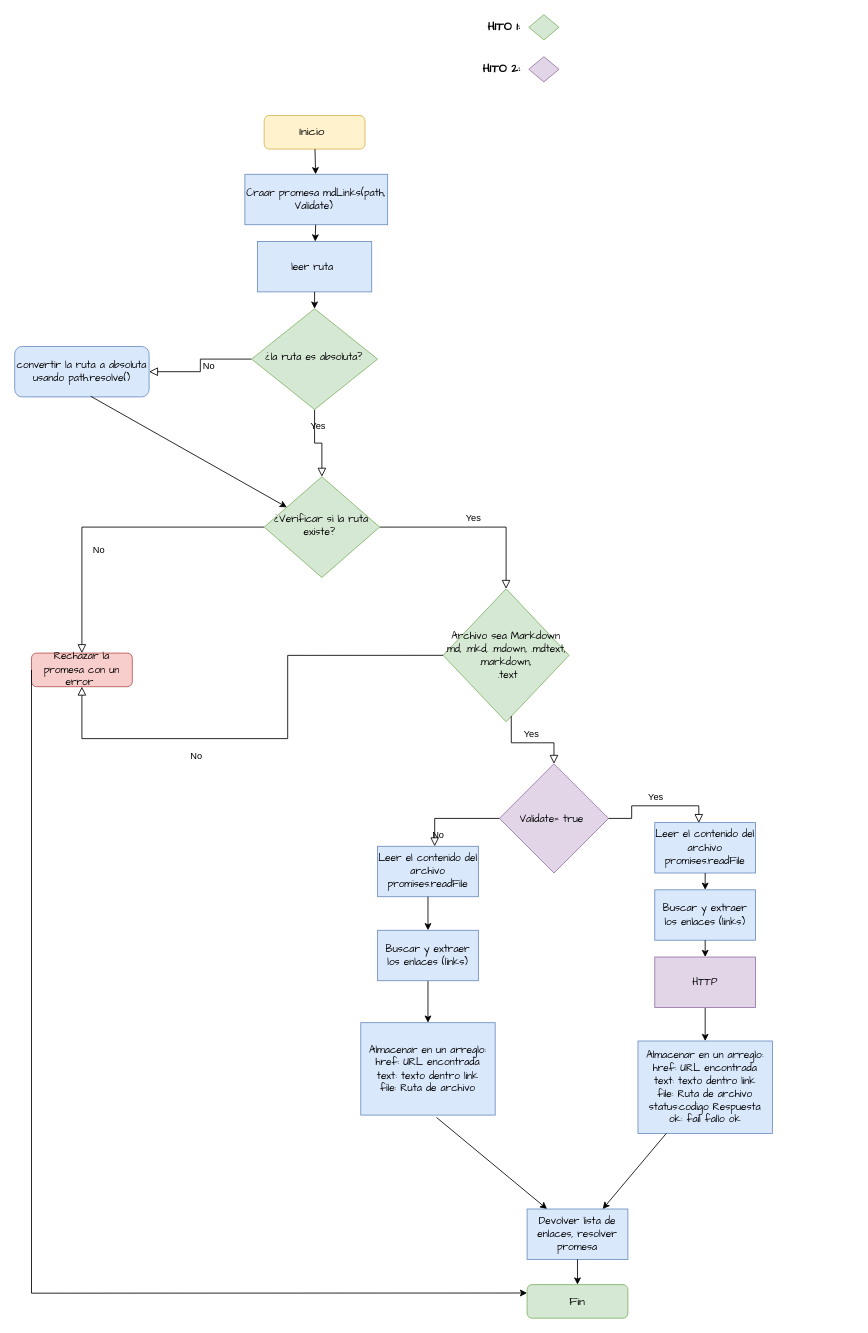
jazminmontenegro/DEV010-md-links keeps this draw.io diagram as page "Página-2" (2 of 2) of docs/Diagrama sin título.drawio. Above is the earlier version. Source tidied: cells renumbered, new cells numbered last; positions are measured from the earlier drawing's top-left corner, leaving out a move shared by most shapes. Both pictures are drawn from the tidied source at 84%, with x=0, y=0 at pixel (14, 14).
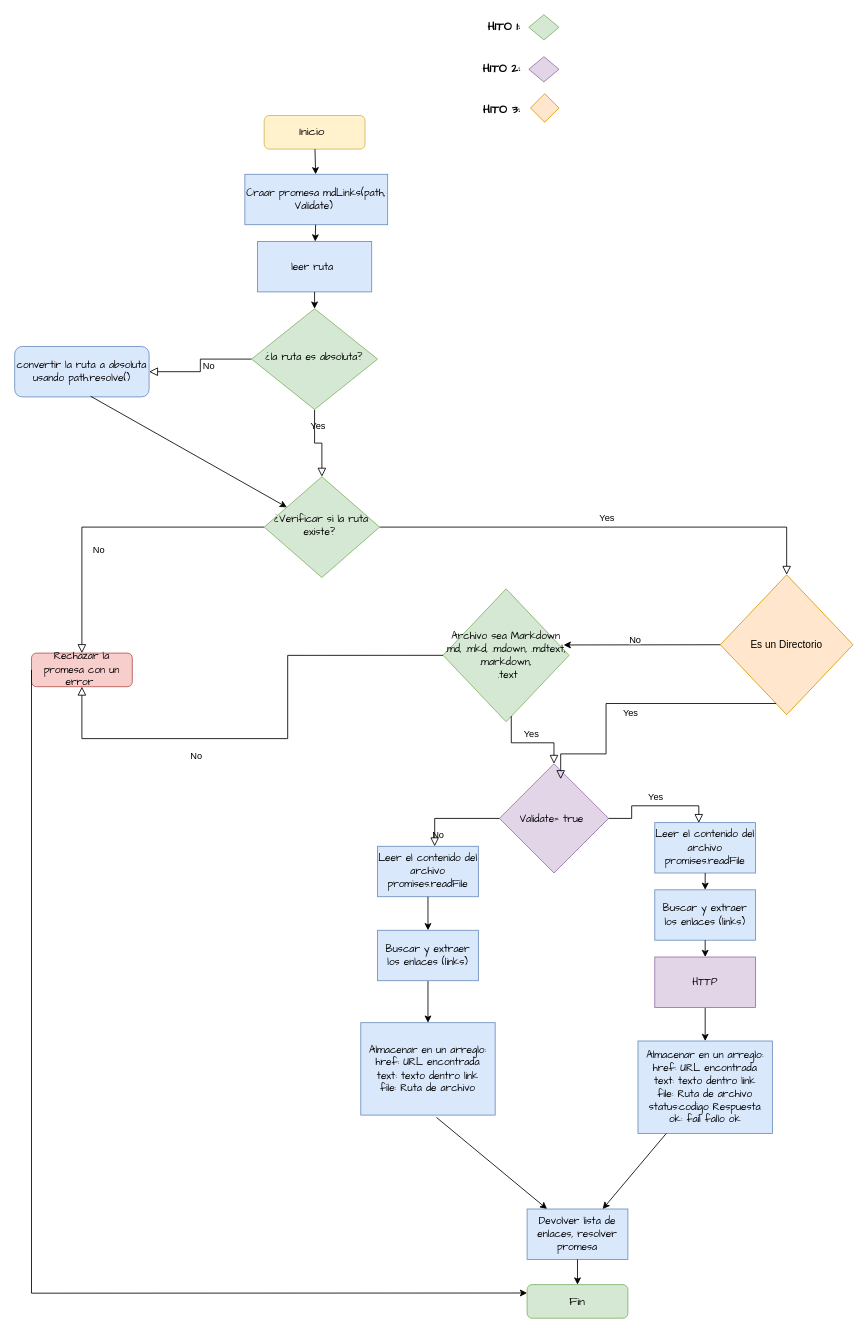
Above is the later version.

The change refers to these unchanged cells:
```xml
<mxCell id="9" value="&lt;font face=&quot;Comic Sans MS&quot;&gt;¿Verificar si la ruta existe?&amp;nbsp;&lt;/font&gt;" style="rhombus;whiteSpace=wrap;html=1;shadow=0;fontFamily=Helvetica;fontSize=12;align=center;strokeWidth=1;spacing=6;spacingTop=-4;fillColor=#d5e8d4;strokeColor=#82b366;" parent="1" vertex="1">
  <mxGeometry x="297" y="550" width="137.4" height="120" as="geometry" />
</mxCell>
<mxCell id="16" value="&lt;font face=&quot;Comic Sans MS&quot;&gt;Archivo sea Markdown .md, .mkd, .mdown, .mdtext, .markdown,&lt;br&gt;&amp;nbsp;.text&lt;/font&gt;" style="rhombus;whiteSpace=wrap;html=1;fillColor=#d5e8d4;strokeColor=#82b366;" parent="1" vertex="1">
  <mxGeometry x="510" y="683.5" width="150" height="158.3" as="geometry" />
</mxCell>
```

Change to the diagram source:
```diff
@@
-    <mxCell id="8" value="Yes" style="edgeStyle=orthogonalEdgeStyle;rounded=0;html=1;jettySize=auto;fontSize=11;endArrow=block;endFill=0;endSize=8;strokeWidth=1;shadow=0;labelBackgroundColor=none;" parent="1" edge="1" source="9" target="16">
+    <mxCell id="8" value="Yes" style="edgeStyle=orthogonalEdgeStyle;rounded=0;html=1;jettySize=auto;fontSize=11;endArrow=block;endFill=0;endSize=8;strokeWidth=1;shadow=0;labelBackgroundColor=none;entryX=0.5;entryY=0;entryDx=0;entryDy=0;" parent="1" edge="1" source="9" target="47">
       <mxGeometry y="11" relative="1" as="geometry" />
     </mxCell>
@@
+    <mxCell id="45" value="&lt;font style=&quot;font-size: 14px;&quot; face=&quot;Comic Sans MS&quot;&gt;&lt;b style=&quot;&quot;&gt;HITO 3:&amp;nbsp;&lt;/b&gt;&lt;/font&gt;" style="text;html=1;align=center;verticalAlign=middle;strokeColor=none;fillColor=none;" parent="1" vertex="1">
+      <mxGeometry x="537" y="98" width="90" height="30" as="geometry" />
+    </mxCell>
+    <mxCell id="46" style="rhombus;whiteSpace=wrap;html=1;fillColor=#ffe6cc;strokeColor=#d79b00;" parent="1" vertex="1">
+      <mxGeometry x="614" y="94" width="34" height="34" as="geometry" />
+    </mxCell>
+    <mxCell id="47" value="Es un Directorio" style="rhombus;whiteSpace=wrap;html=1;fillColor=#ffe6cc;strokeColor=#d79b00;" parent="1" vertex="1">
+      <mxGeometry x="840" y="666.8" width="158" height="166.5" as="geometry" />
+    </mxCell>
+    <mxCell id="48" style="endArrow=classic;html=1;rounded=0;exitX=0;exitY=0.5;exitDx=0;exitDy=0;entryX=0.957;entryY=0.422;entryDx=0;entryDy=0;entryPerimeter=0;" parent="1" edge="1" source="47" target="16">
+      <mxGeometry relative="1" as="geometry" />
+    </mxCell>
+    <mxCell id="49" value="&lt;span style=&quot;color: rgb(0, 0, 0); font-family: Helvetica; font-size: 11px; font-style: normal; font-variant-ligatures: normal; font-variant-caps: normal; font-weight: 400; letter-spacing: normal; orphans: 2; text-align: center; text-indent: 0px; text-transform: none; widows: 2; word-spacing: 0px; -webkit-text-stroke-width: 0px; background-color: rgb(251, 251, 251); text-decoration-thickness: initial; text-decoration-style: initial; text-decoration-color: initial; float: none; display: inline !important;&quot;&gt;No&lt;/span&gt;" style="text;whiteSpace=wrap;html=1;" parent="1" vertex="1">
+      <mxGeometry x="730" y="730" width="50" height="40" as="geometry" />
+    </mxCell>
+    <mxCell id="50" value="Yes" style="edgeStyle=orthogonalEdgeStyle;rounded=0;html=1;jettySize=auto;fontSize=11;endArrow=block;endFill=0;endSize=8;strokeWidth=1;shadow=0;labelBackgroundColor=none;" parent="1" edge="1" source="47">
+      <mxGeometry y="11" relative="1" as="geometry">
+        <mxPoint x="650" y="910" as="targetPoint" />
+        <Array as="points">
+          <mxPoint x="704" y="820" />
+          <mxPoint x="704" y="880" />
+          <mxPoint x="650" y="880" />
+          <mxPoint x="650" y="899" />
+        </Array>
+      </mxGeometry>
+    </mxCell>
```
